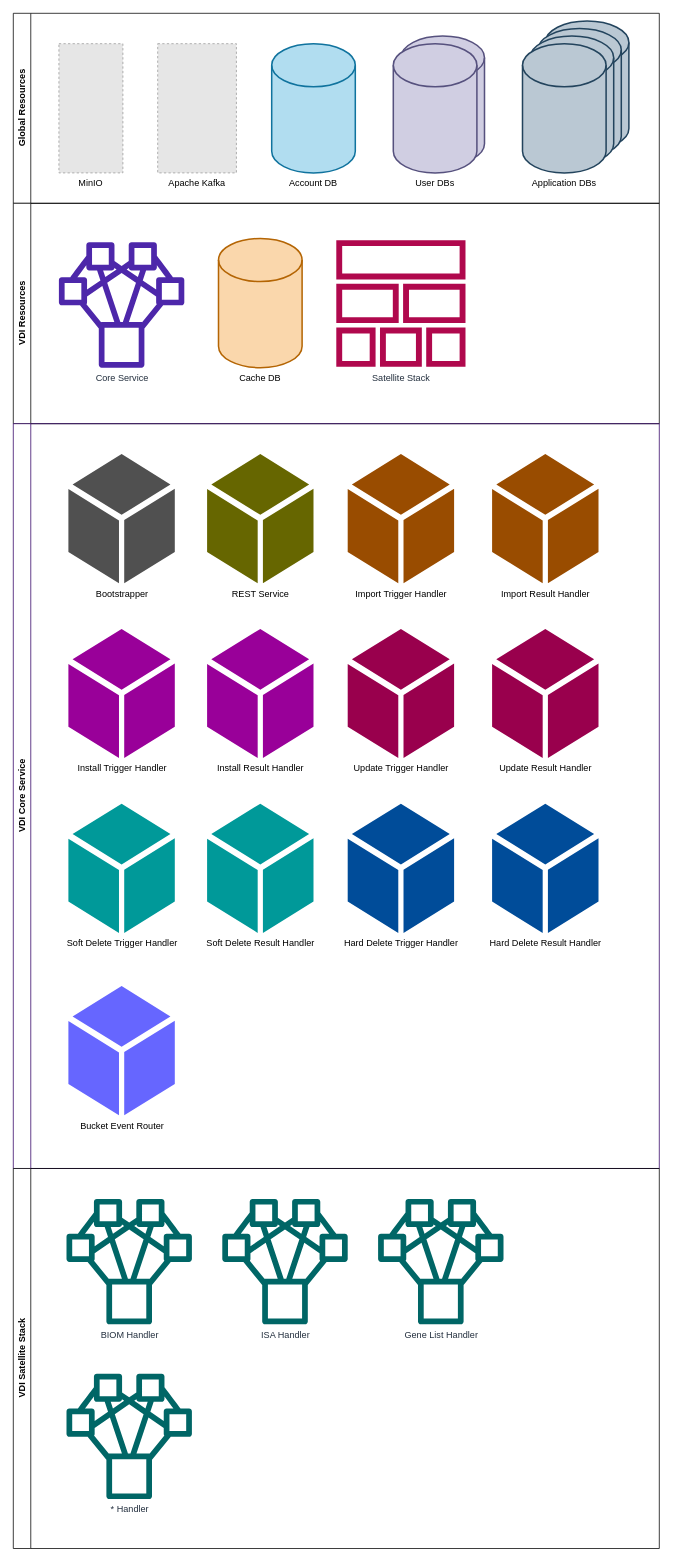
Earlier version of the draw.io diagram page "components" (1 of 9) of docs/design/1.0/diagrams/vdi.drawio (VEuPathDB/VDI). Source tidied: cells renumbered, new cells numbered last; positions are measured from the earlier drawing's top-left corner, leaving out a move shared by most shapes. Both pictures are drawn from the tidied source at 76%, with x=0, y=0 at pixel (13, 13). Pictures stored in the file or linked from it are replaced by grey dashed boxes.
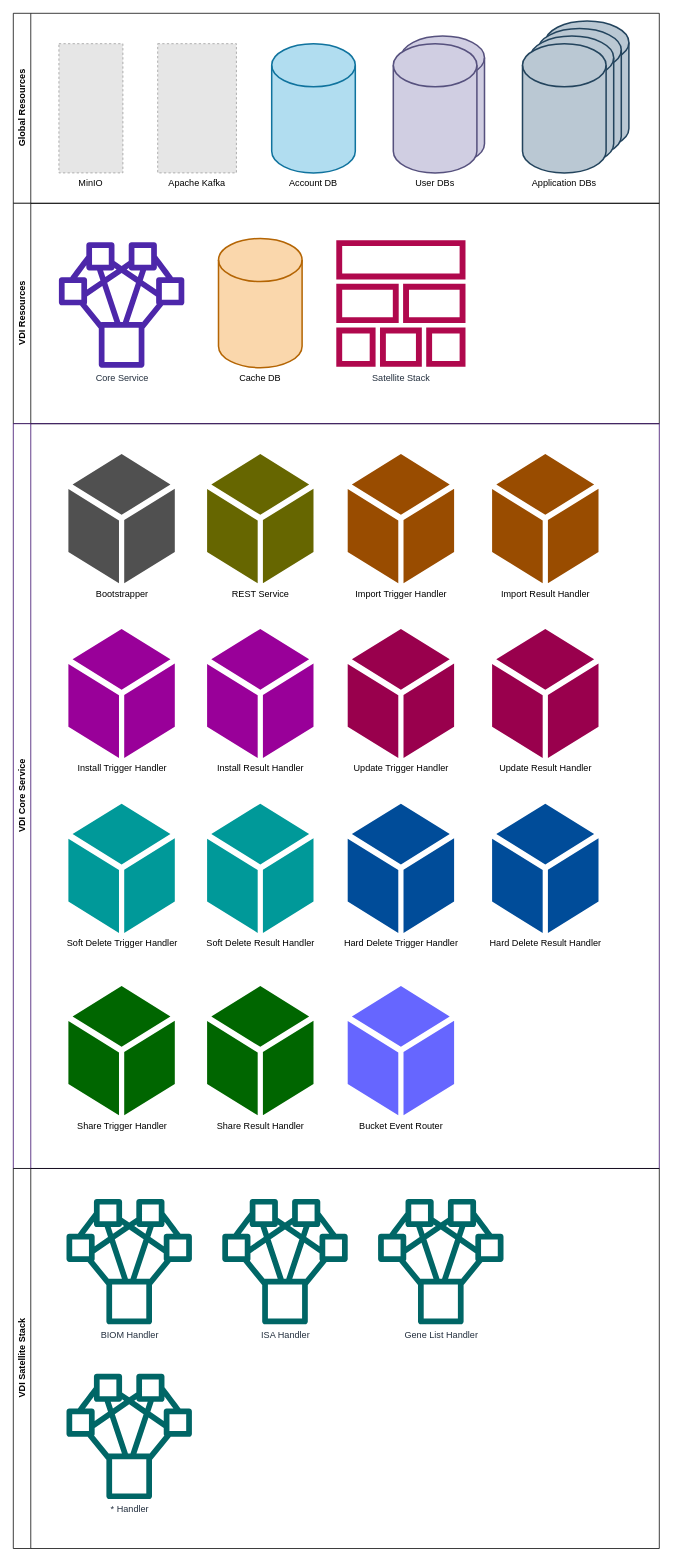
After the change.

Unchanged cells that the change refers to:
```xml
<mxCell id="18" value="VDI Core Service" style="swimlane;horizontal=0;whiteSpace=wrap;html=1;strokeColor=#330066;" parent="1" vertex="1">
  <mxGeometry y="540" width="850" height="980" as="geometry" />
</mxCell>
```

Diff of the diagram source:
```diff
@@
     <mxCell id="31" value="Bucket Event Router" style="sketch=0;shadow=0;dashed=0;html=1;strokeColor=none;fillColor=#6666FF;labelPosition=center;verticalLabelPosition=bottom;verticalAlign=top;align=center;shape=mxgraph.office.concepts.node_generic;" parent="18" vertex="1">
-      <mxGeometry x="72.5" y="740" width="140" height="170" as="geometry" />
+      <mxGeometry x="440" y="740" width="140" height="170" as="geometry" />
     </mxCell>
+    <mxCell id="37" value="Share Trigger Handler" style="sketch=0;shadow=0;dashed=0;html=1;strokeColor=none;fillColor=#006600;labelPosition=center;verticalLabelPosition=bottom;verticalAlign=top;align=center;shape=mxgraph.office.concepts.node_generic;" parent="18" vertex="1">
+      <mxGeometry x="72.5" y="740" width="140" height="170" as="geometry" />
+    </mxCell>
+    <mxCell id="38" value="Share Result Handler" style="sketch=0;shadow=0;dashed=0;html=1;strokeColor=none;fillColor=#006600;labelPosition=center;verticalLabelPosition=bottom;verticalAlign=top;align=center;shape=mxgraph.office.concepts.node_generic;" parent="18" vertex="1">
+      <mxGeometry x="255" y="740" width="140" height="170" as="geometry" />
+    </mxCell>
```
